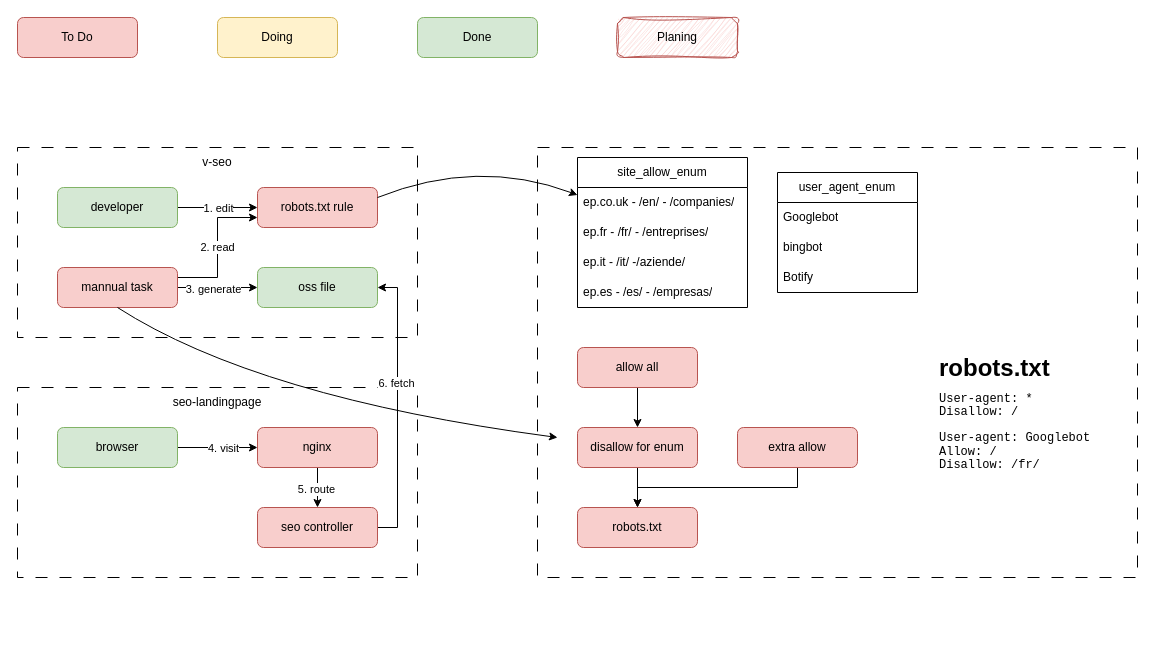
This is drawio/robotstxt.drawio from VisableHarry/seo-drawio, a draw.io file, before an edit. Source tidied: cells renumbered, new cells numbered last; positions are measured from the earlier drawing's top-left corner, leaving out a move shared by most shapes. Both pictures are drawn from the tidied source at 100%, with x=0, y=0 at pixel (17, 17).
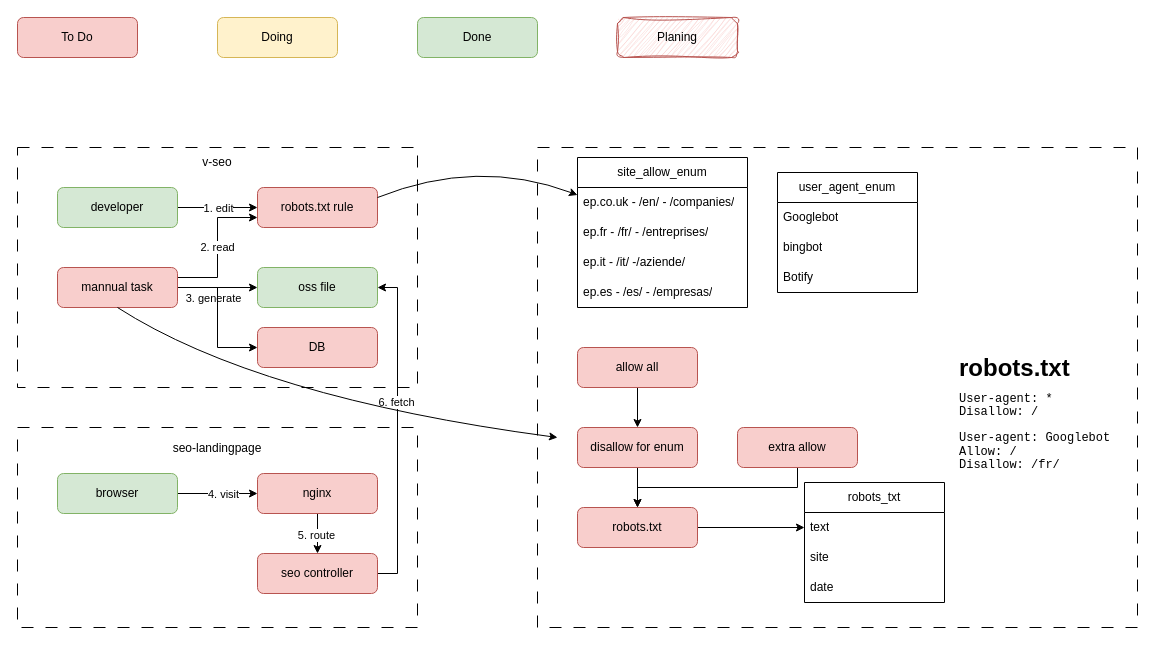
After the change.

The change refers to these unchanged cells:
```xml
<mxCell id="7" style="edgeStyle=orthogonalEdgeStyle;rounded=0;jettySize=auto;html=1;exitX=1;exitY=0.5;exitDx=0;exitDy=0;entryX=0;entryY=0.5;entryDx=0;entryDy=0;" parent="1" edge="1" source="9" target="11">
  <mxGeometry relative="1" as="geometry" />
</mxCell>
<mxCell id="9" value="mannual task" style="rounded=1;whiteSpace=wrap;html=1;fillColor=#f8cecc;strokeColor=#b85450;" parent="1" vertex="1">
  <mxGeometry x="40" y="250" width="120" height="40" as="geometry" />
</mxCell>
<mxCell id="39" value="robots.txt" style="rounded=1;whiteSpace=wrap;html=1;fillColor=#f8cecc;strokeColor=#b85450;" parent="1" vertex="1">
  <mxGeometry x="560" y="490" width="120" height="40" as="geometry" />
</mxCell>
```

The edit, as a diff of the source:
```diff
@@
     <mxCell id="2" style="rounded=0;whiteSpace=wrap;html=1;fillColor=none;dashed=1;dashPattern=12 12;" parent="1" vertex="1">
-      <mxGeometry x="520" y="130" width="600" height="430" as="geometry" />
+      <mxGeometry x="520" y="130" width="600" height="480" as="geometry" />
     </mxCell>
     <mxCell id="3" style="rounded=0;whiteSpace=wrap;html=1;fillColor=none;dashed=1;dashPattern=12 12;" parent="1" vertex="1">
-      <mxGeometry y="370" width="400" height="190" as="geometry" />
+      <mxGeometry y="410" width="400" height="200" as="geometry" />
     </mxCell>
     <mxCell id="4" style="rounded=0;whiteSpace=wrap;html=1;fillColor=none;dashed=1;dashPattern=12 12;" parent="1" vertex="1">
-      <mxGeometry y="130" width="400" height="190" as="geometry" />
+      <mxGeometry y="130" width="400" height="240" as="geometry" />
     </mxCell>
@@
     <mxCell id="8" value="3. generate" style="edgeLabel;html=1;align=center;verticalAlign=middle;" parent="7" vertex="1">
-      <mxGeometry x="-0.12" y="-1" relative="1" as="geometry" />
+      <mxGeometry x="-0.12" y="-1" relative="1" as="geometry">
+        <mxPoint y="9" as="offset" />
+      </mxGeometry>
     </mxCell>
+    <mxCell id="49" style="edgeStyle=orthogonalEdgeStyle;rounded=0;jettySize=auto;html=1;exitX=1;exitY=0.5;exitDx=0;exitDy=0;entryX=0;entryY=0.5;entryDx=0;entryDy=0;" parent="1" edge="1" source="9" target="55">
+      <mxGeometry relative="1" as="geometry" />
+    </mxCell>
@@
     <mxCell id="17" value="browser" style="rounded=1;whiteSpace=wrap;html=1;fillColor=#d5e8d4;strokeColor=#82b366;" parent="1" vertex="1">
-      <mxGeometry x="40" y="410" width="120" height="40" as="geometry" />
+      <mxGeometry x="40" y="456" width="120" height="40" as="geometry" />
     </mxCell>
@@
     <mxCell id="20" value="nginx" style="rounded=1;whiteSpace=wrap;html=1;fillColor=#f8cecc;strokeColor=#b85450;" parent="1" vertex="1">
-      <mxGeometry x="240" y="410" width="120" height="40" as="geometry" />
+      <mxGeometry x="240" y="456" width="120" height="40" as="geometry" />
     </mxCell>
@@
     <mxCell id="23" value="seo controller" style="rounded=1;whiteSpace=wrap;html=1;fillColor=#f8cecc;strokeColor=#b85450;" parent="1" vertex="1">
-      <mxGeometry x="240" y="490" width="120" height="40" as="geometry" />
+      <mxGeometry x="240" y="536" width="120" height="40" as="geometry" />
     </mxCell>
@@
     <mxCell id="25" value="seo-landingpage" style="text;html=1;align=center;verticalAlign=middle;whiteSpace=wrap;rounded=0;" parent="1" vertex="1">
-      <mxGeometry x="150" y="370" width="100" height="30" as="geometry" />
+      <mxGeometry x="150" y="416" width="100" height="30" as="geometry" />
     </mxCell>
@@
+    <mxCell id="50" style="edgeStyle=orthogonalEdgeStyle;rounded=0;jettySize=auto;html=1;exitX=1;exitY=0.5;exitDx=0;exitDy=0;entryX=0;entryY=0.5;entryDx=0;entryDy=0;" parent="1" edge="1" source="39" target="52">
+      <mxGeometry relative="1" as="geometry" />
+    </mxCell>
@@
     <mxCell id="48" value="&lt;h1 style=&quot;margin-top: 0px;&quot;&gt;robots.txt&lt;/h1&gt;&lt;pre style=&quot;line-height: 10%;&quot;&gt;User-agent: *&lt;/pre&gt;&lt;pre style=&quot;line-height: 10%;&quot;&gt;Disallow: /&lt;/pre&gt;&lt;pre style=&quot;line-height: 10%;&quot;&gt;&lt;br&gt;&lt;/pre&gt;&lt;pre style=&quot;line-height: 10%;&quot;&gt;User-agent: Googlebot&lt;/pre&gt;&lt;pre style=&quot;line-height: 10%;&quot;&gt;&lt;pre&gt;Allow: /&lt;/pre&gt;&lt;pre&gt;Disallow: /fr/&lt;/pre&gt;&lt;/pre&gt;" style="text;html=1;whiteSpace=wrap;overflow=hidden;rounded=0;" parent="1" vertex="1">
-      <mxGeometry x="920" y="330" width="180" height="200" as="geometry" />
+      <mxGeometry x="940" y="330" width="180" height="200" as="geometry" />
     </mxCell>
+    <mxCell id="51" value="robots_txt" style="swimlane;fontStyle=0;horizontal=1;startSize=30;whiteSpace=wrap;html=1;" parent="1" vertex="1">
+      <mxGeometry x="787" y="465" width="140" height="120" as="geometry" />
+    </mxCell>
+    <mxCell id="52" value="text" style="text;strokeColor=none;fillColor=none;align=left;verticalAlign=middle;spacingLeft=4;spacingRight=4;overflow=hidden;points=[[0,0.5],[1,0.5]];portConstraint=eastwest;whiteSpace=wrap;html=1;" parent="51" vertex="1">
+      <mxGeometry y="30" width="140" height="30" as="geometry" />
+    </mxCell>
+    <mxCell id="53" value="site" style="text;strokeColor=none;fillColor=none;align=left;verticalAlign=middle;spacingLeft=4;spacingRight=4;overflow=hidden;whiteSpace=wrap;html=1;" parent="51" vertex="1">
+      <mxGeometry y="60" width="140" height="30" as="geometry" />
+    </mxCell>
+    <mxCell id="54" value="date" style="text;strokeColor=none;fillColor=none;align=left;verticalAlign=middle;spacingLeft=4;spacingRight=4;overflow=hidden;whiteSpace=wrap;html=1;" parent="51" vertex="1">
+      <mxGeometry y="90" width="140" height="30" as="geometry" />
+    </mxCell>
+    <mxCell id="55" value="DB" style="rounded=1;whiteSpace=wrap;html=1;fillColor=#f8cecc;strokeColor=#b85450;" parent="1" vertex="1">
+      <mxGeometry x="240" y="310" width="120" height="40" as="geometry" />
+    </mxCell>
```
